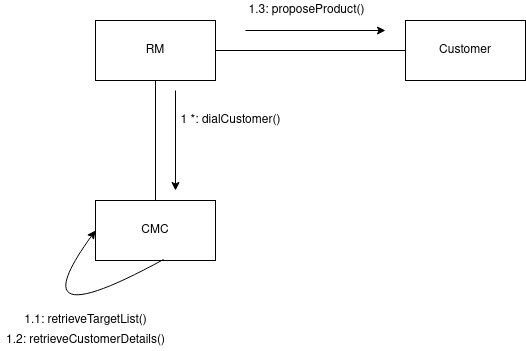
Before: models/target_customer_collaboration_diagram.png, a diagram exported from draw.io (tonyhannaa/ISDMGroup2Israt). Source tidied: cells renumbered, new cells last; positions are measured from the earlier drawing's top-left corner, leaving out a move shared by most shapes.
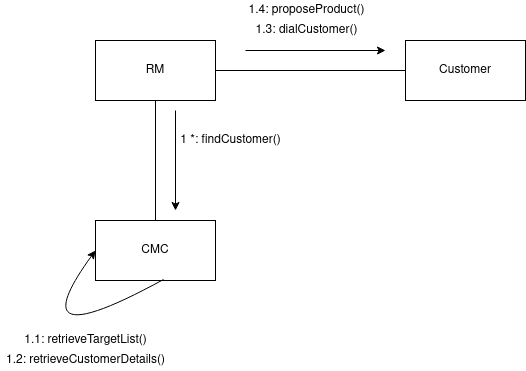
Above is the later version.

What changed in the source:
```diff
@@ -23,7 +23,7 @@
         <mxPoint x="175" y="190" as="targetPoint" />
       </mxGeometry>
     </mxCell>
-    <mxCell id="8" value="1 *: dialCustomer()" style="text;html=1;align=center;verticalAlign=middle;" parent="1" vertex="1">
+    <mxCell id="8" value="1 *: findCustomer()" style="text;html=1;align=center;verticalAlign=middle;" parent="1" vertex="1">
       <mxGeometry x="170" y="110" width="120" height="20" as="geometry" />
     </mxCell>
     <mxCell id="9" style="endArrow=classic;html=1;exitX=0.567;exitY=0.983;exitDx=0;exitDy=0;exitPerimeter=0;entryX=0;entryY=0.5;entryDx=0;entryDy=0;edgeStyle=orthogonalEdgeStyle;curved=1;" parent="1" edge="1" source="2" target="2">
@@ -45,8 +45,11 @@
         <mxPoint x="385" y="30" as="targetPoint" />
       </mxGeometry>
     </mxCell>
-    <mxCell id="13" value="1.3: proposeProduct()" style="text;html=1;align=center;verticalAlign=middle;" parent="1" vertex="1">
-      <mxGeometry x="241" width="130" height="20" as="geometry" />
+    <mxCell id="13" value="1.4: proposeProduct()" style="text;html=1;align=center;verticalAlign=middle;" parent="1" vertex="1">
+      <mxGeometry x="241" y="-20" width="130" height="20" as="geometry" />
     </mxCell>
+    <mxCell id="14" value="1.3: dialCustomer()" style="text;html=1;align=center;verticalAlign=middle;" parent="1" vertex="1">
+      <mxGeometry x="246" width="120" height="20" as="geometry" />
+    </mxCell>
   </root>
 </mxGraphModel>
```
